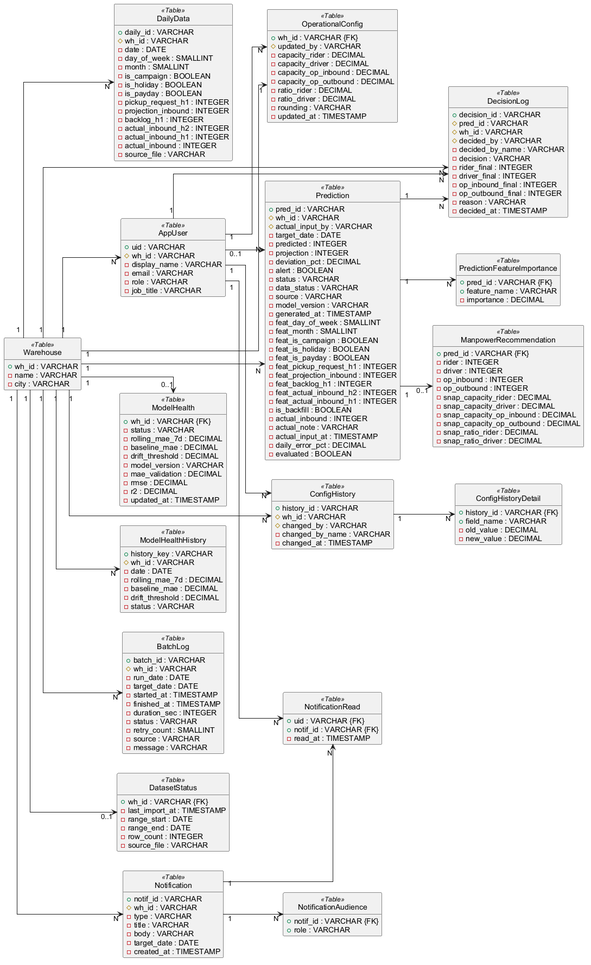
Earlier version of the PlantUML export docs/img/lrs_final.png (ILY-Code-1/Flutter-RandomForest-Wipas).
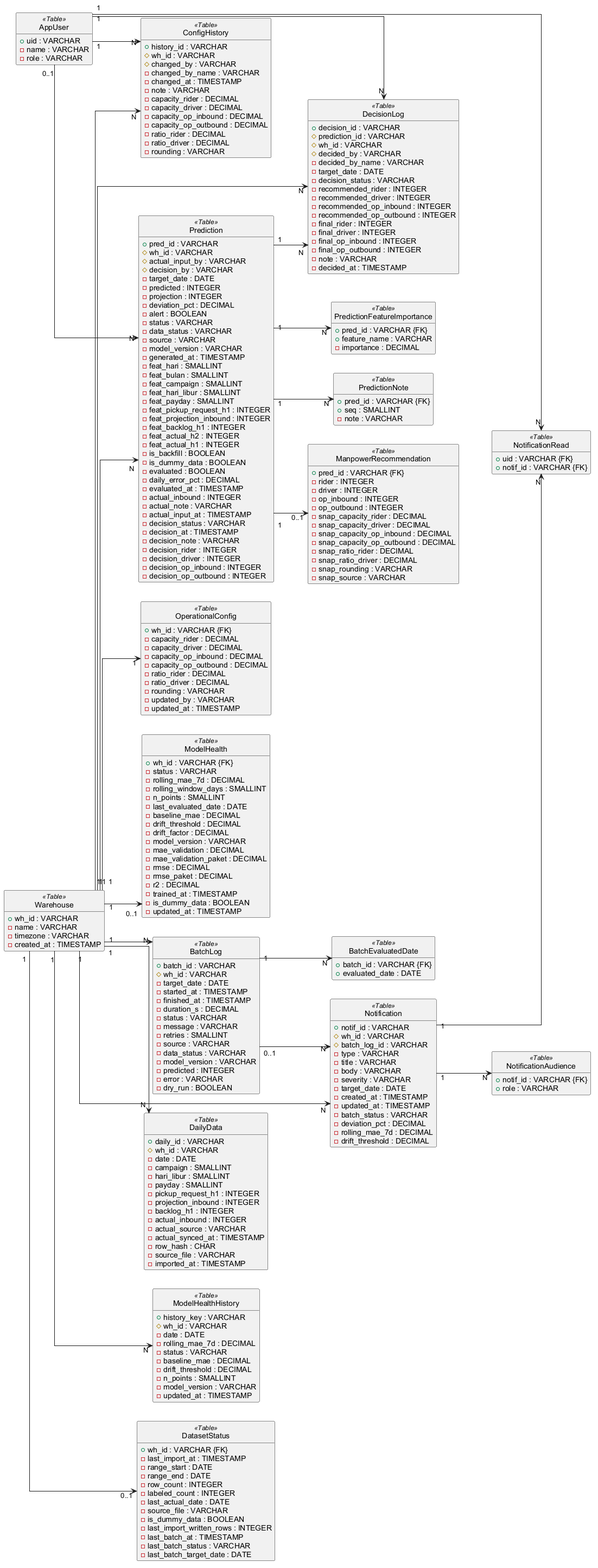
The same diagram one commit later.

The edit, as a diff of the source:
```diff
@@ -8,37 +8,36 @@
 class Warehouse <<Table>> {
   + wh_id : VARCHAR
   - name : VARCHAR
-  - city : VARCHAR
+  - timezone : VARCHAR
+  - created_at : TIMESTAMP
 }
 class AppUser <<Table>> {
   + uid : VARCHAR
-  # wh_id : VARCHAR
-  - display_name : VARCHAR
-  - email : VARCHAR
+  - name : VARCHAR
   - role : VARCHAR
-  - job_title : VARCHAR
 }
 class DailyData <<Table>> {
   + daily_id : VARCHAR
   # wh_id : VARCHAR
   - date : DATE
-  - day_of_week : SMALLINT
-  - month : SMALLINT
-  - is_campaign : BOOLEAN
-  - is_holiday : BOOLEAN
-  - is_payday : BOOLEAN
+  - campaign : SMALLINT
+  - hari_libur : SMALLINT
+  - payday : SMALLINT
   - pickup_request_h1 : INTEGER
   - projection_inbound : INTEGER
   - backlog_h1 : INTEGER
-  - actual_inbound_h2 : INTEGER
-  - actual_inbound_h1 : INTEGER
   - actual_inbound : INTEGER
+  - actual_source : VARCHAR
+  - actual_synced_at : TIMESTAMP
+  - row_hash : CHAR
   - source_file : VARCHAR
+  - imported_at : TIMESTAMP
 }
 class Prediction <<Table>> {
   + pred_id : VARCHAR
   # wh_id : VARCHAR
   # actual_input_by : VARCHAR
+  # decision_by : VARCHAR
   - target_date : DATE
   - predicted : INTEGER
   - projection : INTEGER
@@ -49,22 +48,36 @@
   - source : VARCHAR
   - model_version : VARCHAR
   - generated_at : TIMESTAMP
-  - feat_day_of_week : SMALLINT
-  - feat_month : SMALLINT
-  - feat_is_campaign : BOOLEAN
-  - feat_is_holiday : BOOLEAN
-  - feat_is_payday : BOOLEAN
+  - feat_hari : SMALLINT
+  - feat_bulan : SMALLINT
+  - feat_campaign : SMALLINT
+  - feat_hari_libur : SMALLINT
+  - feat_payday : SMALLINT
   - feat_pickup_request_h1 : INTEGER
   - feat_projection_inbound : INTEGER
   - feat_backlog_h1 : INTEGER
-  - feat_actual_inbound_h2 : INTEGER
-  - feat_actual_inbound_h1 : INTEGER
+  - feat_actual_h2 : INTEGER
+  - feat_actual_h1 : INTEGER
   - is_backfill : BOOLEAN
+  - is_dummy_data : BOOLEAN
+  - evaluated : BOOLEAN
+  - daily_error_pct : DECIMAL
+  - evaluated_at : TIMESTAMP
   - actual_inbound : INTEGER
   - actual_note : VARCHAR
   - actual_input_at : TIMESTAMP
-  - daily_error_pct : DECIMAL
-  - evaluated : BOOLEAN
+  - decision_status : VARCHAR
+  - decision_at : TIMESTAMP
+  - decision_note : VARCHAR
+  - decision_rider : INTEGER
+  - decision_driver : INTEGER
+  - decision_op_inbound : INTEGER
+  - decision_op_outbound : INTEGER
+}
+class PredictionNote <<Table>> {
+  + pred_id : VARCHAR {FK}
+  + seq : SMALLINT
+  - note : VARCHAR
 }
 class ManpowerRecommendation <<Table>> {
   + pred_id : VARCHAR {FK}
@@ -78,6 +91,8 @@
   - snap_capacity_op_outbound : DECIMAL
   - snap_ratio_rider : DECIMAL
   - snap_ratio_driver : DECIMAL
+  - snap_rounding : VARCHAR
+  - snap_source : VARCHAR
 }
 class PredictionFeatureImportance <<Table>> {
   + pred_id : VARCHAR {FK}
@@ -86,7 +101,6 @@
 }
 class OperationalConfig <<Table>> {
   + wh_id : VARCHAR {FK}
-  # updated_by : VARCHAR
   - capacity_rider : DECIMAL
   - capacity_driver : DECIMAL
   - capacity_op_inbound : DECIMAL
@@ -94,6 +108,7 @@
   - ratio_rider : DECIMAL
   - ratio_driver : DECIMAL
   - rounding : VARCHAR
+  - updated_by : VARCHAR
   - updated_at : TIMESTAMP
 }
 class ConfigHistory <<Table>> {
@@ -102,37 +117,52 @@
   # changed_by : VARCHAR
   - changed_by_name : VARCHAR
   - changed_at : TIMESTAMP
-}
-class ConfigHistoryDetail <<Table>> {
-  + history_id : VARCHAR {FK}
-  + field_name : VARCHAR
-  - old_value : DECIMAL
-  - new_value : DECIMAL
+  - note : VARCHAR
+  - capacity_rider : DECIMAL
+  - capacity_driver : DECIMAL
+  - capacity_op_inbound : DECIMAL
+  - capacity_op_outbound : DECIMAL
+  - ratio_rider : DECIMAL
+  - ratio_driver : DECIMAL
+  - rounding : VARCHAR
 }
 class DecisionLog <<Table>> {
   + decision_id : VARCHAR
-  # pred_id : VARCHAR
+  # prediction_id : VARCHAR
   # wh_id : VARCHAR
   # decided_by : VARCHAR
   - decided_by_name : VARCHAR
-  - decision : VARCHAR
-  - rider_final : INTEGER
-  - driver_final : INTEGER
-  - op_inbound_final : INTEGER
-  - op_outbound_final : INTEGER
-  - reason : VARCHAR
+  - target_date : DATE
+  - decision_status : VARCHAR
+  - recommended_rider : INTEGER
+  - recommended_driver : INTEGER
+  - recommended_op_inbound : INTEGER
+  - recommended_op_outbound : INTEGER
+  - final_rider : INTEGER
+  - final_driver : INTEGER
+  - final_op_inbound : INTEGER
+  - final_op_outbound : INTEGER
+  - note : VARCHAR
   - decided_at : TIMESTAMP
 }
 class ModelHealth <<Table>> {
   + wh_id : VARCHAR {FK}
   - status : VARCHAR
   - rolling_mae_7d : DECIMAL
+  - rolling_window_days : SMALLINT
+  - n_points : SMALLINT
+  - last_evaluated_date : DATE
   - baseline_mae : DECIMAL
   - drift_threshold : DECIMAL
+  - drift_factor : DECIMAL
   - model_version : VARCHAR
   - mae_validation : DECIMAL
+  - mae_validation_paket : DECIMAL
   - rmse : DECIMAL
+  - rmse_paket : DECIMAL
   - r2 : DECIMAL
+  - trained_at : TIMESTAMP
+  - is_dummy_data : BOOLEAN
   - updated_at : TIMESTAMP
 }
 class ModelHealthHistory <<Table>> {
@@ -140,22 +170,33 @@
   # wh_id : VARCHAR
   - date : DATE
   - rolling_mae_7d : DECIMAL
+  - status : VARCHAR
   - baseline_mae : DECIMAL
   - drift_threshold : DECIMAL
-  - status : VARCHAR
+  - n_points : SMALLINT
+  - model_version : VARCHAR
+  - updated_at : TIMESTAMP
 }
 class BatchLog <<Table>> {
   + batch_id : VARCHAR
   # wh_id : VARCHAR
-  - run_date : DATE
   - target_date : DATE
   - started_at : TIMESTAMP
   - finished_at : TIMESTAMP
-  - duration_sec : INTEGER
+  - duration_s : DECIMAL
   - status : VARCHAR
-  - retry_count : SMALLINT
+  - message : VARCHAR
+  - retries : SMALLINT
   - source : VARCHAR
-  - message : VARCHAR
+  - data_status : VARCHAR
+  - model_version : VARCHAR
+  - predicted : INTEGER
+  - error : VARCHAR
+  - dry_run : BOOLEAN
+}
+class BatchEvaluatedDate <<Table>> {
+  + batch_id : VARCHAR {FK}
+  + evaluated_date : DATE
 }
 class DatasetStatus <<Table>> {
   + wh_id : VARCHAR {FK}
@@ -163,16 +204,30 @@
   - range_start : DATE
   - range_end : DATE
   - row_count : INTEGER
+  - labeled_count : INTEGER
+  - last_actual_date : DATE
   - source_file : VARCHAR
+  - is_dummy_data : BOOLEAN
+  - last_import_written_rows : INTEGER
+  - last_batch_at : TIMESTAMP
+  - last_batch_status : VARCHAR
+  - last_batch_target_date : DATE
 }
 class Notification <<Table>> {
   + notif_id : VARCHAR
   # wh_id : VARCHAR
+  # batch_log_id : VARCHAR
   - type : VARCHAR
   - title : VARCHAR
   - body : VARCHAR
+  - severity : VARCHAR
   - target_date : DATE
   - created_at : TIMESTAMP
+  - updated_at : TIMESTAMP
+  - batch_status : VARCHAR
+  - deviation_pct : DECIMAL
+  - rolling_mae_7d : DECIMAL
+  - drift_threshold : DECIMAL
 }
 class NotificationAudience <<Table>> {
   + notif_id : VARCHAR {FK}
@@ -181,9 +236,7 @@
 class NotificationRead <<Table>> {
   + uid : VARCHAR {FK}
   + notif_id : VARCHAR {FK}
-  - read_at : TIMESTAMP
 }
-Warehouse "1" --> "N" AppUser
 Warehouse "1" --> "N" DailyData
 Warehouse "1" --> "N" Prediction
 Warehouse "1" --> "1" OperationalConfig
@@ -196,12 +249,13 @@
 Warehouse "1" --> "N" DecisionLog
 Prediction "1" --> "0..1" ManpowerRecommendation
 Prediction "1" --> "N" PredictionFeatureImportance
+Prediction "1" --> "N" PredictionNote
 Prediction "1" --> "N" DecisionLog
 AppUser "1" --> "N" DecisionLog
 AppUser "0..1" --> "N" Prediction
-AppUser "1" --> "N" OperationalConfig
 AppUser "1" --> "N" ConfigHistory
-ConfigHistory "1" --> "N" ConfigHistoryDetail
+BatchLog "1" --> "N" BatchEvaluatedDate
+BatchLog "0..1" --> "N" Notification
 Notification "1" --> "N" NotificationAudience
 AppUser "1" --> "N" NotificationRead
 Notification "1" --> "N" NotificationRead
```
